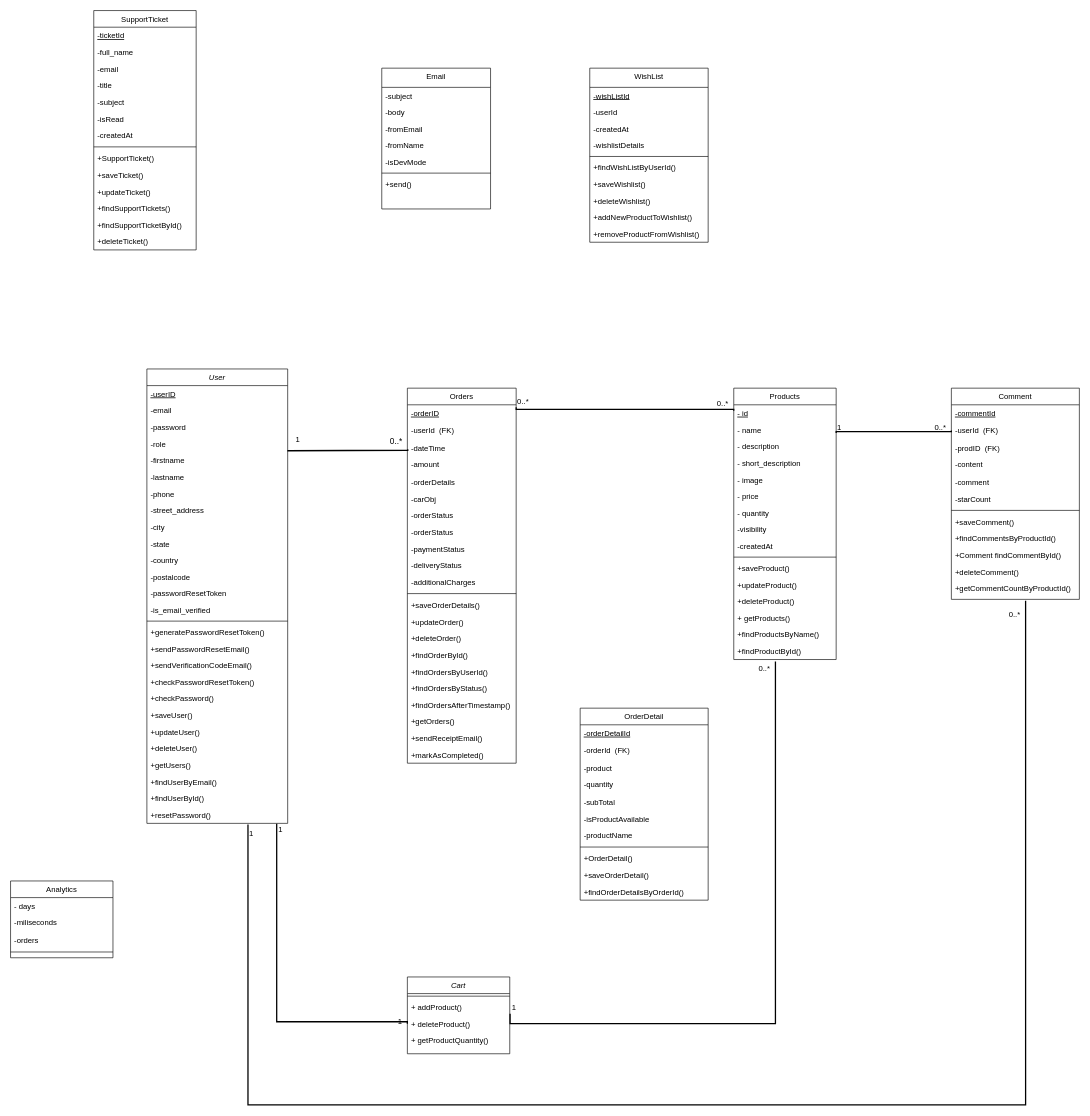
isira-adithya/PUSL2024 keeps this draw.io diagram as assets/diagrams/Class Diagram.drawio. Above is the earlier version. Source tidied: cells renumbered, new cells numbered last; positions are measured from the earlier drawing's top-left corner, leaving out a move shared by most shapes. Both pictures are drawn from the tidied source at 64%, with x=0, y=0 at pixel (10, 10).
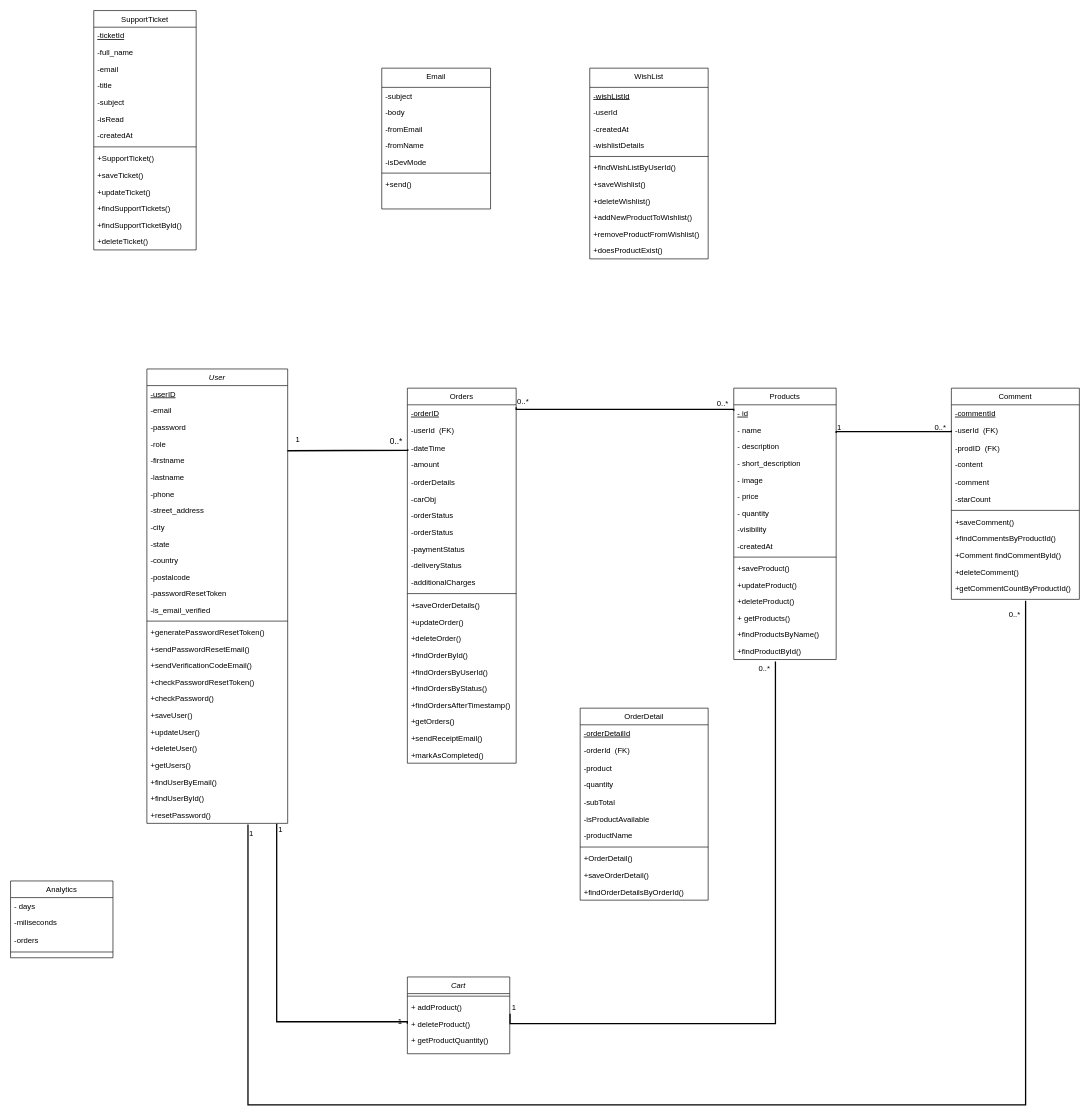
The same page after the edit.

Commit message:
updated wishList class,class diagram

Diff of the diagram source:
```diff
@@
     <mxCell id="146" value="WishList" style="swimlane;fontStyle=0;align=center;verticalAlign=top;horizontal=1;startSize=30;rounded=0;shadow=0;strokeWidth=1;" parent="1" vertex="1">
-      <mxGeometry x="905" y="90" width="185" height="272" as="geometry" />
+      <mxGeometry x="905" y="90" width="185" height="298" as="geometry" />
     </mxCell>
@@
+    <mxCell id="157" value="+doesProductExist()" style="text;align=left;verticalAlign=top;spacingLeft=4;spacingRight=4;overflow=hidden;" parent="146" vertex="1">
+      <mxGeometry y="272" width="185" height="26" as="geometry" />
+    </mxCell>
```
